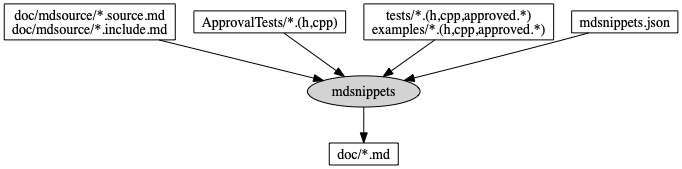
approvals/ApprovalTests.cpp keeps this Graphviz diagram as doc/images/mdsnippets_flow.png. Above is the earlier version. Its source is kept beside it as doc/images/source/mdsnippets_flow.dot.
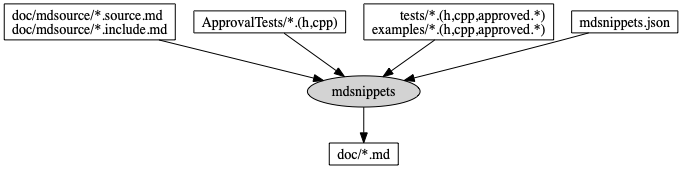
Later version of the same file.

The edit, as a diff of the source:
```diff
@@ -5,13 +5,13 @@
 
     "mdsnippets" [shape = oval, fillcolor = lightgray, style = filled]
 
-    "docs_mdsource_md" [label = "doc/mdsource/*.source.md\ndoc/mdsource/*.include.md"]
+    "docs_mdsource_md" [label = "doc/mdsource/*.source.md\ldoc/mdsource/*.include.md"]
     "docs_mdsource_md" -> "mdsnippets"
 
     "ApprovalTests" [label = "ApprovalTests/*.(h,cpp)"]
     "ApprovalTests" -> "mdsnippets"
 
-    "tests_source" [label = "tests/*.(h,cpp,approved.*)\nexamples/*.(h,cpp,approved.*)"]
+    "tests_source" [label = "tests/*.(h,cpp,approved.*)\rexamples/*.(h,cpp,approved.*)"]
     "tests_source" -> "mdsnippets"
 
     "mdsnippets_json" [label = "mdsnippets.json"]
```
